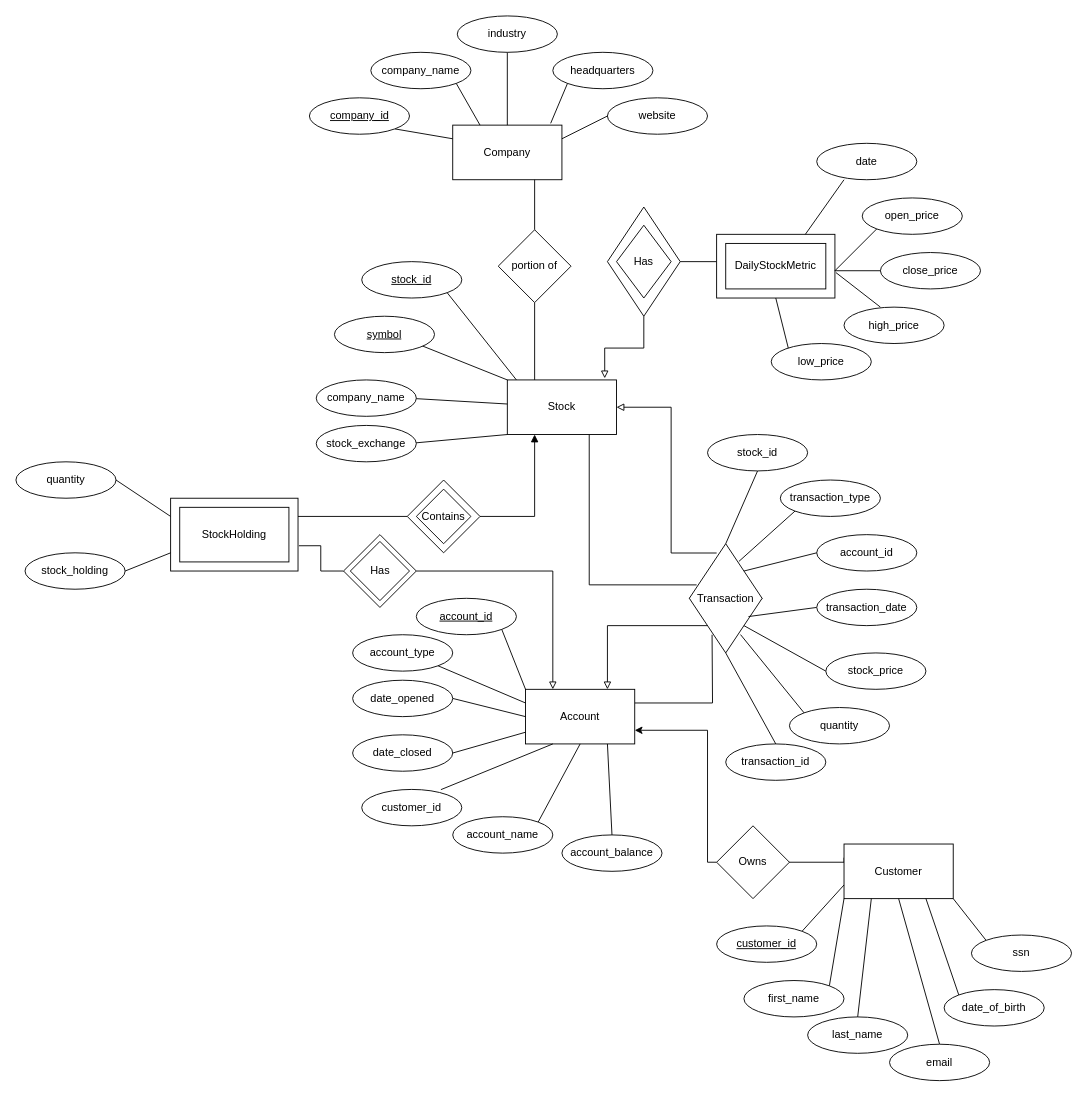
Before: diagrams/entity_relation/entity_relation.drawio in jaywhtlw45/Finance-Data-Management, a draw.io diagram. Source tidied: cells renumbered, new cells numbered last; positions are measured from the earlier drawing's top-left corner, leaving out a move shared by most shapes. Both pictures are drawn from the tidied source at 91%, with x=0, y=0 at pixel (15, 15).
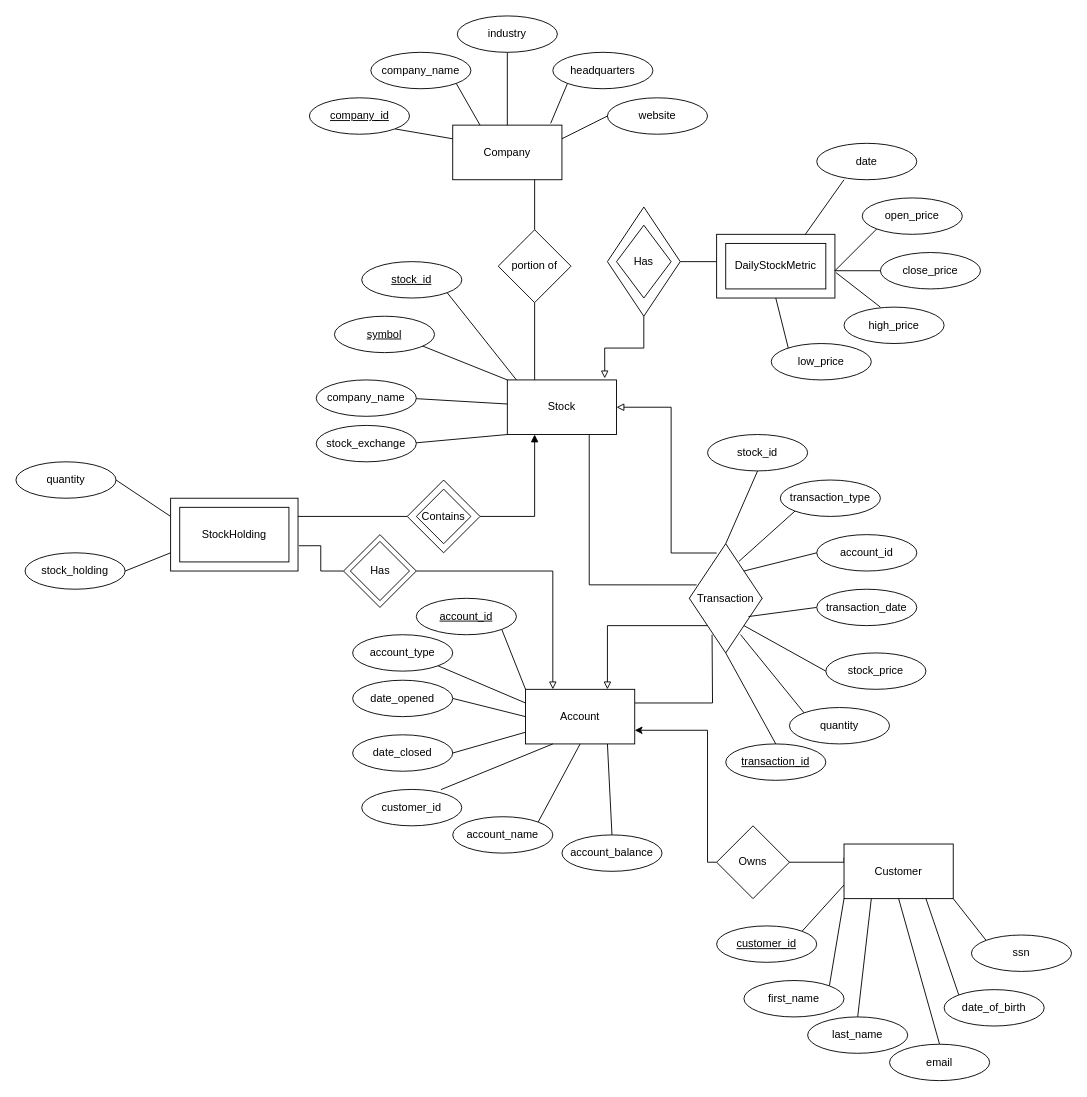
After the change.

The edit, as a diff of the source:
```diff
@@
-    <mxCell id="105" value="transaction_id" style="ellipse;whiteSpace=wrap;html=1;" parent="1" vertex="1">
+    <mxCell id="105" value="transaction_id" style="ellipse;whiteSpace=wrap;html=1;fontStyle=4;" parent="1" vertex="1">
       <mxGeometry x="780" y="800" width="110" height="40" as="geometry" />
     </mxCell>
```
